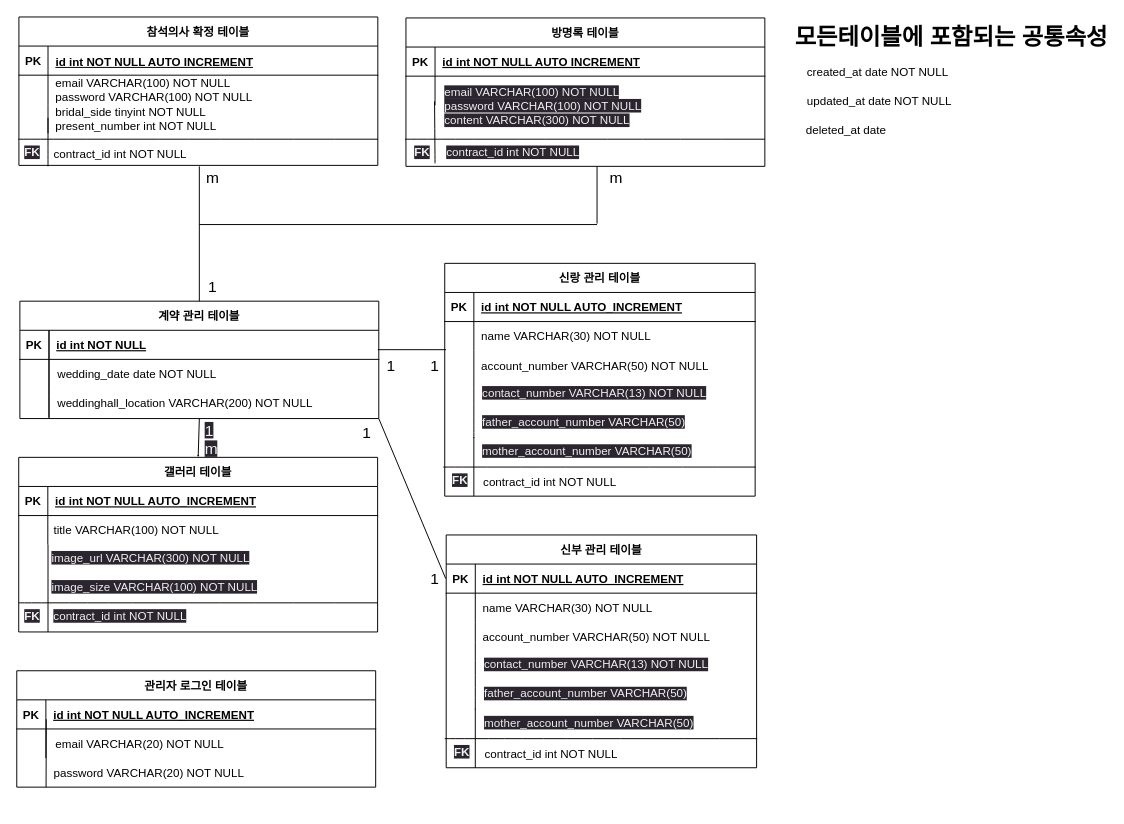
This is ERD.drawio from Chanmi-Gim/wedding-letter, a draw.io file, before an edit. Source tidied: cells renumbered, new cells numbered last; positions are measured from the earlier drawing's top-left corner, leaving out a move shared by most shapes. Both pictures are drawn from the tidied source at 97%, with x=0, y=0 at pixel (16, 16).
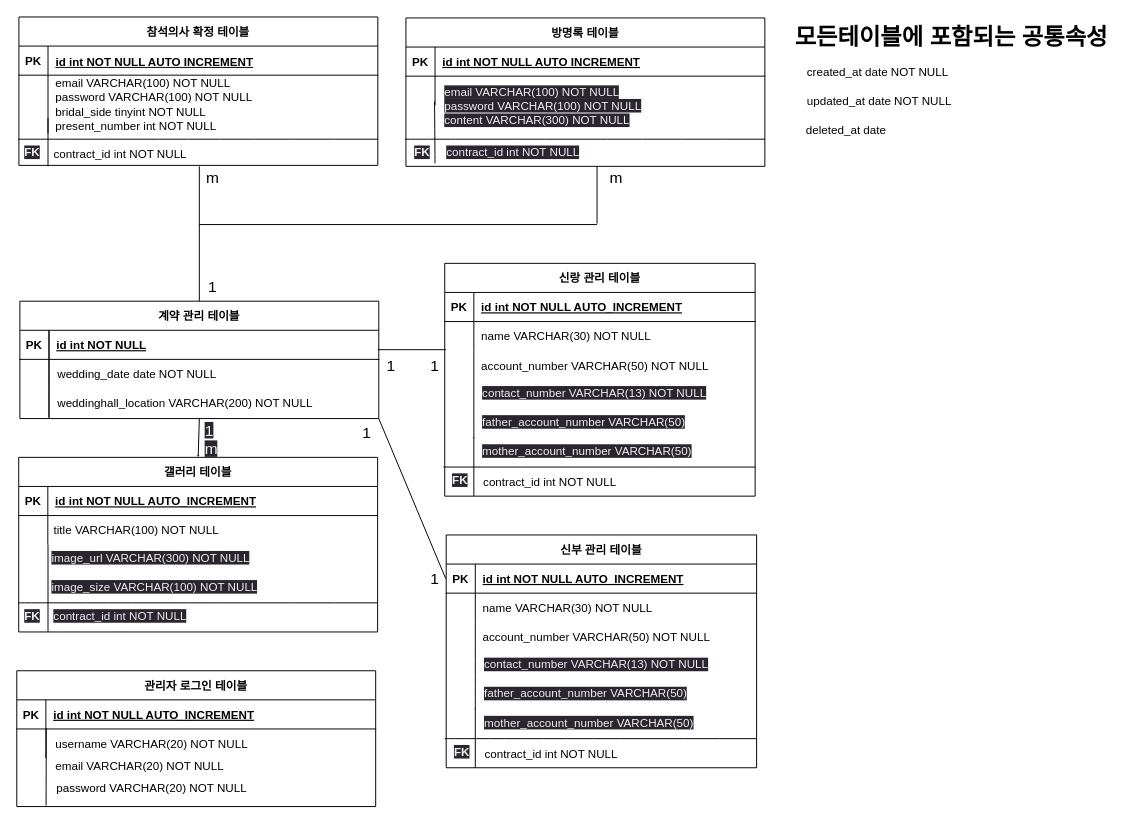
After the change.

Commit message (it also covers changes not shown here):
feat : 회원가입 API 추가 및 ERD 변경

Diff of the diagram source:
```diff
@@
     <mxCell id="52" value="관리자 로그인 테이블" style="shape=table;startSize=30;childLayout=tableLayout;rowLines=0;fontStyle=1;align=center;" parent="1" vertex="1">
-      <mxGeometry x="-0.2" y="674" width="370" height="120" as="geometry" />
+      <mxGeometry x="-0.2" y="674" width="370" height="140" as="geometry" />
     </mxCell>
@@
-    <mxCell id="62" value="email VARCHAR(20) NOT NULL" style="shape=partialRectangle;overflow=hidden;fillColor=none;top=0;left=0;bottom=0;right=0;align=left;spacingLeft=6;" parent="1" vertex="1">
+    <mxCell id="62" value="username VARCHAR(20) NOT NULL" style="shape=partialRectangle;overflow=hidden;fillColor=none;top=0;left=0;bottom=0;right=0;align=left;spacingLeft=6;" parent="1" vertex="1">
       <mxGeometry x="32" y="734" width="340" height="30" as="geometry" />
     </mxCell>
@@
     <mxCell id="123" style="endArrow=none;html=1;rounded=0;strokeWidth=1;startSize=0;endSize=0;entryX=0;entryY=0;entryDx=0;entryDy=0;" parent="1" edge="1">
       <mxGeometry relative="1" as="geometry">
-        <mxPoint x="30" y="794" as="sourcePoint" />
-        <mxPoint x="30.2" y="724" as="targetPoint" />
+        <mxPoint x="30" y="813" as="sourcePoint" />
+        <mxPoint x="30.2" y="733" as="targetPoint" />
       </mxGeometry>
     </mxCell>
     <mxCell id="124" value="password VARCHAR(20) NOT NULL" style="shape=partialRectangle;overflow=hidden;fillColor=none;top=0;left=0;bottom=0;right=0;align=left;spacingLeft=6;" parent="1" vertex="1">
-      <mxGeometry x="30.2" y="764" width="340" height="30" as="geometry" />
+      <mxGeometry x="33" y="794" width="340" as="geometry" />
     </mxCell>
+    <mxCell id="125" value="email VARCHAR(20) NOT NULL" style="shape=partialRectangle;overflow=hidden;fillColor=none;top=0;left=0;bottom=0;right=0;align=left;spacingLeft=6;" parent="1" vertex="1">
+      <mxGeometry x="32" y="757" width="340" height="30" as="geometry" />
+    </mxCell>
```
